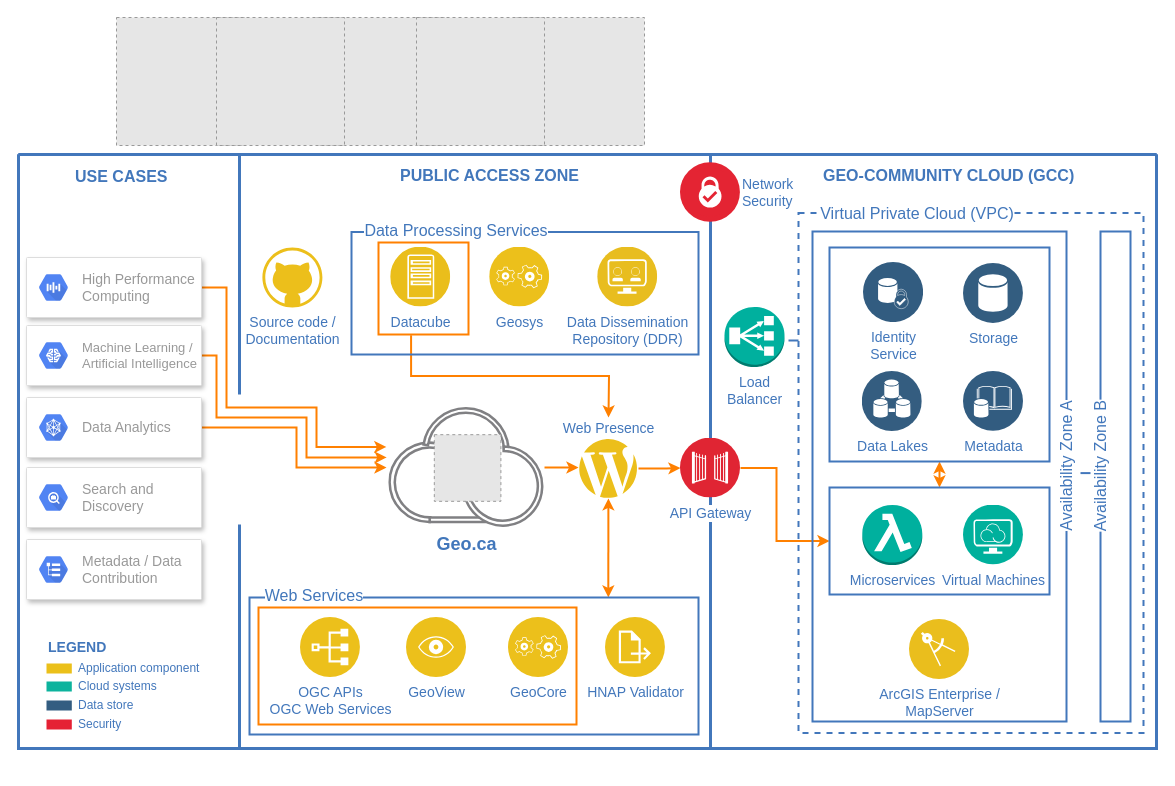
Above: assets/future_state.drawio in bo-lu/geoca_developers_page (draw.io), before the change. Source tidied: cells renumbered, new cells numbered last; positions are measured from the earlier drawing's top-left corner, leaving out a move shared by most shapes. Both pictures are drawn from the tidied source at 100%, with x=0, y=0 at pixel (18, 17). Pictures stored in the file or linked from it are replaced by grey dashed boxes.
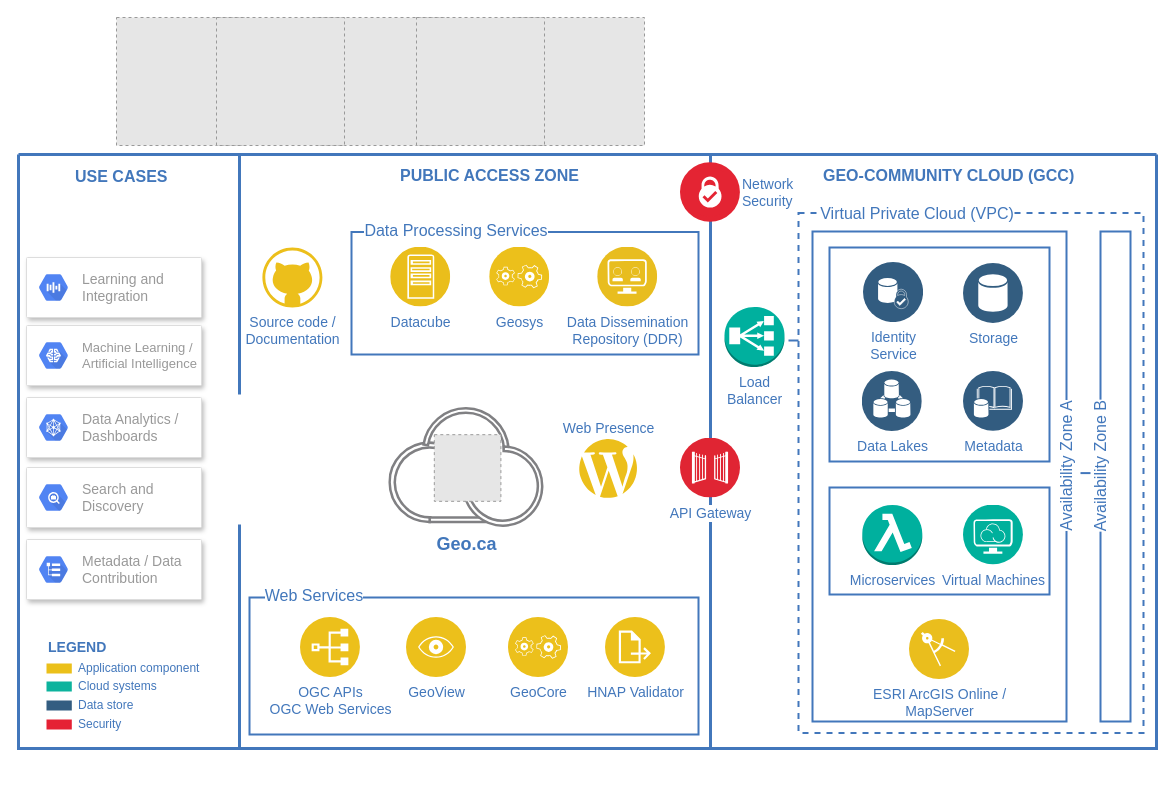
The same page after the edit.

The change refers to these unchanged cells:
```xml
<mxCell id="14" style="swimlane;shadow=0;strokeColor=#4277BB;fontColor=#4277BB;align=right;startSize=0;strokeWidth=3;fillColor=#ECBF1B;fontSize=14;horizontal=1;" parent="12" vertex="1">
  <mxGeometry y="137" width="1138" height="594" as="geometry" />
</mxCell>
<mxCell id="51" value="&lt;b&gt;&lt;font style=&quot;font-size: 18px&quot;&gt;Geo.ca&lt;/font&gt;&lt;/b&gt;" style="perimeter=ellipsePerimeter;html=1;align=center;shadow=0;dashed=0;image;image=img/lib/ibm/miscellaneous/ibm_public_cloud.svg;labelBackgroundColor=#ffffff;strokeColor=#666666;strokeWidth=2;fillColor=#C2952D;gradientColor=none;fontSize=12;fontColor=#4277BB;" parent="14" vertex="1">
  <mxGeometry x="370.2" y="253" width="155.8" height="120" as="geometry" />
</mxCell>
<mxCell id="64" style="strokeColor=#dddddd;shadow=1;strokeWidth=1;rounded=1;absoluteArcSize=1;arcSize=2;" parent="14" vertex="1">
  <mxGeometry x="8" y="243" width="175" height="60" as="geometry" />
</mxCell>
<mxCell id="66" style="strokeColor=#dddddd;shadow=1;strokeWidth=1;rounded=1;absoluteArcSize=1;arcSize=2;" parent="14" vertex="1">
  <mxGeometry x="8" y="103" width="175" height="60" as="geometry" />
</mxCell>
<mxCell id="68" style="strokeColor=#dddddd;shadow=1;strokeWidth=1;rounded=1;absoluteArcSize=1;arcSize=2;" parent="14" vertex="1">
  <mxGeometry x="8" y="171" width="175" height="60" as="geometry" />
</mxCell>
```

The edit, as a diff of the source:
```diff
@@
-    <mxCell id="1" parent="0" />
-    <mxCell id="2" style="swimlane;shadow=0;strokeColor=#4277BB;fontColor=#4277BB;align=right;startSize=0;strokeWidth=3;fillColor=#ECBF1B;fontSize=14;horizontal=1;" parent="1" vertex="1">
-      <mxGeometry y="137" width="1138" height="594" as="geometry" />
-    </mxCell>
-    <mxCell id="3" style="edgeStyle=orthogonalEdgeStyle;rounded=0;orthogonalLoop=1;jettySize=auto;html=1;exitX=1;exitY=0.5;exitDx=0;exitDy=0;entryX=0;entryY=0.5;entryDx=0;entryDy=0;strokeWidth=2;fontColor=#4277BB;strokeColor=#FF8000;" parent="2" edge="1">
-      <mxGeometry relative="1" as="geometry">
-        <mxPoint x="722" y="313.6" as="sourcePoint" />
-        <mxPoint x="811" y="386.5" as="targetPoint" />
-        <Array as="points">
-          <mxPoint x="758" y="314" />
-          <mxPoint x="758" y="387" />
-        </Array>
-      </mxGeometry>
-    </mxCell>
-    <mxCell id="4" style="edgeStyle=orthogonalEdgeStyle;rounded=0;orthogonalLoop=1;jettySize=auto;html=1;exitX=1;exitY=0.5;exitDx=0;exitDy=0;strokeWidth=2;fontColor=#4277BB;strokeColor=#FF8000;" parent="2" edge="1">
-      <mxGeometry relative="1" as="geometry">
-        <mxPoint x="526" y="313" as="sourcePoint" />
-        <mxPoint x="560" y="313.9" as="targetPoint" />
-      </mxGeometry>
-    </mxCell>
-    <mxCell id="5" style="edgeStyle=orthogonalEdgeStyle;rounded=0;orthogonalLoop=1;jettySize=auto;html=1;strokeWidth=2;fontColor=#4277BB;entryX=0;entryY=0.5;entryDx=0;entryDy=0;strokeColor=#FF8000;" parent="2" edge="1">
-      <mxGeometry relative="1" as="geometry">
-        <mxPoint x="620" y="313.9" as="sourcePoint" />
-        <mxPoint x="662" y="313.6" as="targetPoint" />
-        <Array as="points">
-          <mxPoint x="648" y="314" />
-          <mxPoint x="648" y="314" />
-        </Array>
-      </mxGeometry>
-    </mxCell>
-    <mxCell id="6" style="endArrow=classic;startArrow=classic;html=1;strokeWidth=2;fontColor=#4277BB;exitX=0.5;exitY=0;exitDx=0;exitDy=0;entryX=0.5;entryY=1;entryDx=0;entryDy=0;strokeColor=#FF8000;" parent="2" edge="1">
-      <mxGeometry relative="1" as="geometry">
-        <mxPoint x="921" y="333" as="sourcePoint" />
-        <mxPoint x="921" y="307" as="targetPoint" />
-      </mxGeometry>
-    </mxCell>
-    <mxCell id="7" style="endArrow=classic;startArrow=classic;html=1;strokeWidth=2;fontColor=#4277BB;exitX=0.799;exitY=-0.001;exitDx=0;exitDy=0;exitPerimeter=0;strokeColor=#FF8000;" parent="2" edge="1">
-      <mxGeometry relative="1" as="geometry">
-        <mxPoint x="589.8" y="442.9" as="sourcePoint" />
-        <mxPoint x="589.9" y="343.9" as="targetPoint" />
-      </mxGeometry>
-    </mxCell>
-    <mxCell id="8" style="edgeStyle=orthogonalEdgeStyle;rounded=0;orthogonalLoop=1;jettySize=auto;html=1;exitX=1;exitY=0.5;exitDx=0;exitDy=0;strokeColor=#FF8000;strokeWidth=2;fontSize=16;fontColor=#4277BB;" parent="2" edge="1">
-      <mxGeometry relative="1" as="geometry">
-        <mxPoint x="183" y="273" as="sourcePoint" />
-        <mxPoint x="368" y="313" as="targetPoint" />
-        <Array as="points">
-          <mxPoint x="190" y="273" />
-          <mxPoint x="278" y="273" />
-          <mxPoint x="278" y="313" />
-        </Array>
-      </mxGeometry>
-    </mxCell>
-    <mxCell id="9" style="rounded=0;whiteSpace=wrap;html=1;shadow=0;glass=0;sketch=0;strokeColor=#FF8000;strokeWidth=2;fillColor=none;fontSize=16;fontColor=#4277BB;" parent="2" vertex="1">
-      <mxGeometry x="360" y="88" width="90" height="92" as="geometry" />
-    </mxCell>
-    <mxCell id="10" style="rounded=0;whiteSpace=wrap;html=1;shadow=0;glass=0;sketch=0;fontSize=16;fontColor=#4277BB;fillColor=none;strokeWidth=2;strokeColor=#FF8000;" parent="1" vertex="1">
-      <mxGeometry x="240" y="590" width="318" height="117" as="geometry" />
-    </mxCell>
-    <mxCell id="11" style="edgeStyle=orthogonalEdgeStyle;rounded=0;jettySize=auto;html=1;exitX=0.362;exitY=1.008;exitDx=0;exitDy=0;strokeColor=#FF8000;strokeWidth=2;fontSize=16;fontColor=#4277BB;exitPerimeter=0;" parent="1" edge="1" source="9">
-      <mxGeometry relative="1" as="geometry">
-        <mxPoint x="590" y="400" as="targetPoint" />
-      </mxGeometry>
-    </mxCell>
@@
-    <mxCell id="29" value="&lt;div&gt;&lt;font style=&quot;font-size: 14px&quot;&gt;ArcGIS Enterprise /&lt;br&gt;&lt;/font&gt;&lt;/div&gt;&lt;div&gt;&lt;font style=&quot;font-size: 14px&quot;&gt;MapServer&lt;br&gt;&lt;/font&gt;&lt;/div&gt;" style="perimeter=ellipsePerimeter;html=1;align=center;shadow=0;dashed=0;image;image=img/lib/ibm/applications/enterprise_applications.svg;labelBackgroundColor=#ffffff;strokeColor=#666666;strokeWidth=2;fillColor=#C2952D;gradientColor=none;fontSize=12;fontColor=#4277BB;" parent="14" vertex="1">
+    <mxCell id="29" value="&lt;div&gt;&lt;font style=&quot;font-size: 14px&quot;&gt;ESRI ArcGIS Online /&lt;br&gt;&lt;/font&gt;&lt;/div&gt;&lt;div&gt;&lt;font style=&quot;font-size: 14px&quot;&gt;MapServer&lt;br&gt;&lt;/font&gt;&lt;/div&gt;" style="perimeter=ellipsePerimeter;html=1;align=center;shadow=0;dashed=0;image;image=img/lib/ibm/applications/enterprise_applications.svg;labelBackgroundColor=#ffffff;strokeColor=#666666;strokeWidth=2;fillColor=#C2952D;gradientColor=none;fontSize=12;fontColor=#4277BB;" parent="14" vertex="1">
       <mxGeometry x="891" y="465" width="60" height="60" as="geometry" />
     </mxCell>
@@
-    <mxCell id="60" style="edgeStyle=orthogonalEdgeStyle;rounded=0;jettySize=auto;html=1;exitX=1;exitY=0.5;exitDx=0;exitDy=0;strokeColor=#FF8000;strokeWidth=2;fontSize=16;fontColor=#4277BB;entryX=-0.013;entryY=0.416;entryDx=0;entryDy=0;entryPerimeter=0;" parent="14" edge="1" source="68" target="51">
-      <mxGeometry relative="1" as="geometry">
-        <Array as="points">
-          <mxPoint x="183" y="201" />
-          <mxPoint x="198" y="201" />
-          <mxPoint x="198" y="263" />
-          <mxPoint x="288" y="263" />
-          <mxPoint x="288" y="303" />
-        </Array>
-      </mxGeometry>
-    </mxCell>
-    <mxCell id="61" style="edgeStyle=orthogonalEdgeStyle;rounded=0;jettySize=auto;html=1;exitX=1;exitY=0.5;exitDx=0;exitDy=0;strokeColor=#FF8000;strokeWidth=2;fontSize=16;fontColor=#4277BB;entryX=-0.015;entryY=0.329;entryDx=0;entryDy=0;entryPerimeter=0;" parent="14" edge="1" source="66" target="51">
-      <mxGeometry relative="1" as="geometry">
-        <Array as="points">
-          <mxPoint x="183" y="133" />
-          <mxPoint x="208" y="133" />
-          <mxPoint x="208" y="253" />
-          <mxPoint x="298" y="253" />
-          <mxPoint x="298" y="293" />
-        </Array>
-      </mxGeometry>
-    </mxCell>
@@
-    <mxCell id="65" value="&lt;div&gt;&lt;font style=&quot;font-size: 14px&quot;&gt;Data Analytics&lt;/font&gt;&lt;/div&gt;" style="dashed=0;html=1;fillColor=#5184F3;strokeColor=none;shape=mxgraph.gcp2.hexIcon;prIcon=advanced_solutions_lab;labelPosition=right;verticalLabelPosition=middle;align=left;verticalAlign=middle;spacingLeft=5;fontColor=#999999;fontSize=12;" parent="64" vertex="1">
+    <mxCell id="65" value="&lt;div&gt;&lt;font style=&quot;font-size: 14px&quot;&gt;Data Analytics /&amp;nbsp;&lt;/font&gt;&lt;/div&gt;&lt;div&gt;&lt;font style=&quot;font-size: 14px&quot;&gt;Dashboards&lt;/font&gt;&lt;/div&gt;" style="dashed=0;html=1;fillColor=#5184F3;strokeColor=none;shape=mxgraph.gcp2.hexIcon;prIcon=advanced_solutions_lab;labelPosition=right;verticalLabelPosition=middle;align=left;verticalAlign=middle;spacingLeft=5;fontColor=#999999;fontSize=12;" parent="64" vertex="1">
       <mxGeometry y="0.5" width="44" height="39" relative="1" as="geometry">
         <mxPoint x="5" y="-19.5" as="offset" />
       </mxGeometry>
     </mxCell>
@@
-    <mxCell id="67" value="&lt;div style=&quot;font-size: 14px&quot;&gt;&lt;font style=&quot;font-size: 14px&quot;&gt;High Performance&lt;/font&gt;&lt;/div&gt;&lt;div style=&quot;font-size: 14px&quot;&gt;&lt;font style=&quot;font-size: 14px&quot;&gt;Computing&lt;/font&gt;&lt;br&gt;&lt;/div&gt;" style="dashed=0;html=1;fillColor=#5184F3;strokeColor=none;shape=mxgraph.gcp2.hexIcon;prIcon=cloud_speech_api;labelPosition=right;verticalLabelPosition=middle;align=left;verticalAlign=middle;spacingLeft=5;fontColor=#999999;fontSize=12;" parent="66" vertex="1">
+    <mxCell id="67" value="&lt;div style=&quot;font-size: 14px&quot;&gt;Learning and&lt;br&gt;Integration&lt;/div&gt;" style="dashed=0;html=1;fillColor=#5184F3;strokeColor=none;shape=mxgraph.gcp2.hexIcon;prIcon=cloud_speech_api;labelPosition=right;verticalLabelPosition=middle;align=left;verticalAlign=middle;spacingLeft=5;fontColor=#999999;fontSize=12;" parent="66" vertex="1">
       <mxGeometry y="0.5" width="44" height="39" relative="1" as="geometry">
         <mxPoint x="5" y="-19.5" as="offset" />
       </mxGeometry>
     </mxCell>
```
